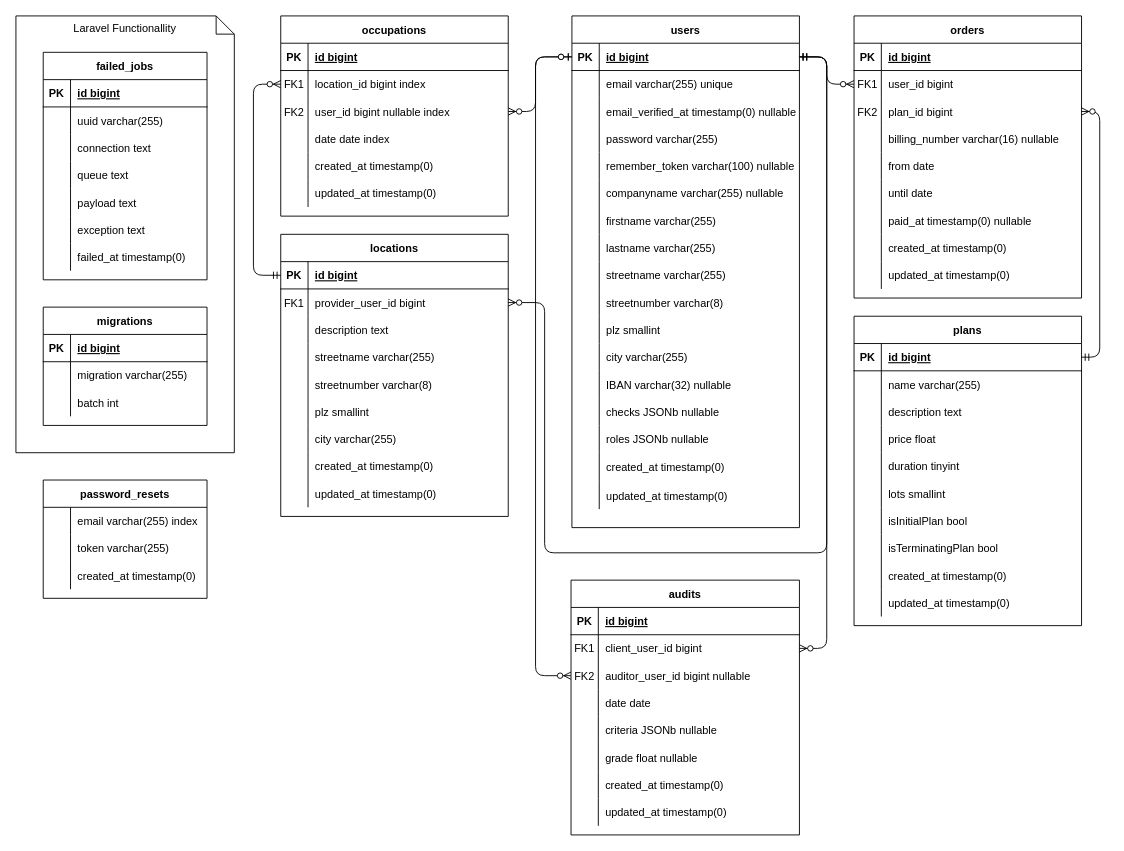
Above: docs/ERM_Patrick.drawio in PatrickRoethlisberger/CS-Datenbanktechnologie (draw.io), before the change. Source tidied: cells renumbered, new cells numbered last; positions are measured from the earlier drawing's top-left corner, leaving out a move shared by most shapes. Both pictures are drawn from the tidied source at 91%, with x=0, y=0 at pixel (15, 15).
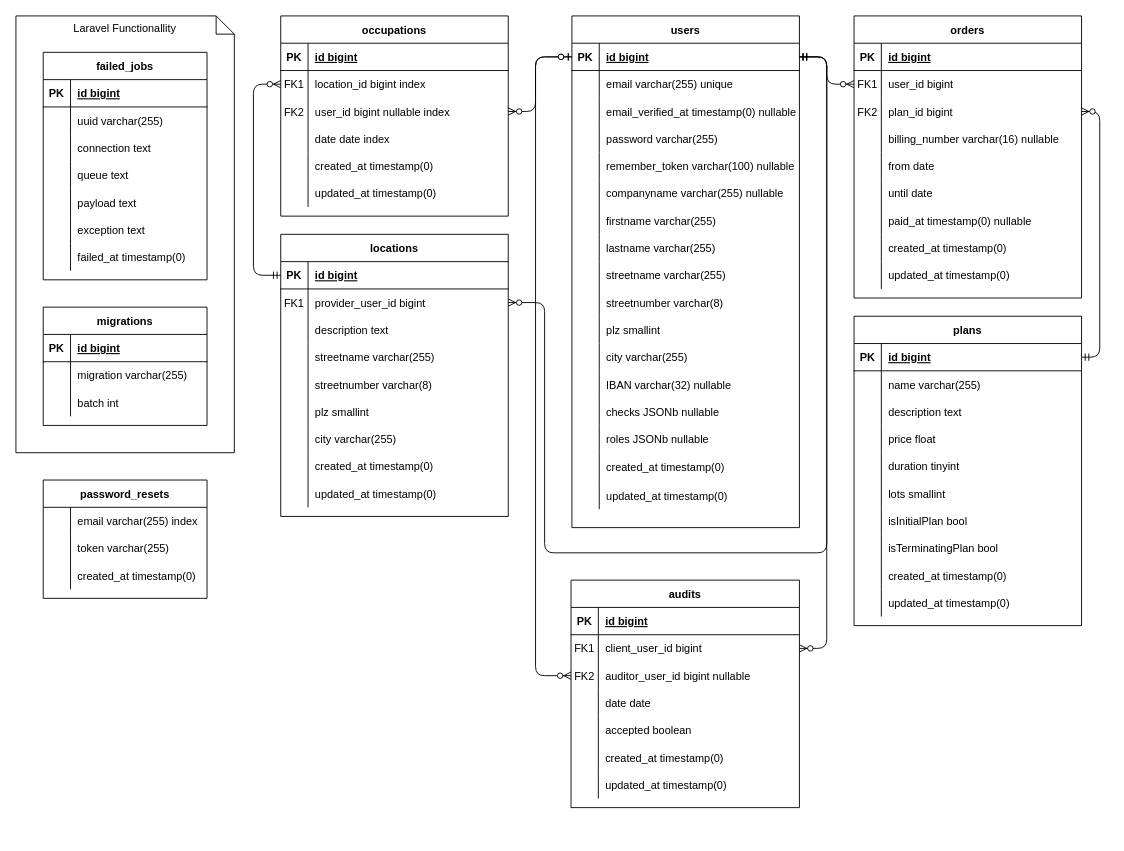
The same page after the edit.

The change refers to these unchanged cells:
```xml
<mxCell id="191" style="shape=partialRectangle;fillColor=none;top=0;left=0;bottom=0;right=0;" parent="178" vertex="1">
  <mxGeometry y="150" width="251" height="30" as="geometry" />
</mxCell>
```

What changed in the source:
```diff
@@
     <mxCell id="178" value="audits" style="shape=table;startSize=30;childLayout=tableLayout;rowLines=0;fontStyle=1;align=center;" parent="1" vertex="1">
-      <mxGeometry x="610" y="620" width="251" height="280" as="geometry" />
+      <mxGeometry x="610" y="620" width="251" height="250" as="geometry" />
     </mxCell>
@@
-    <mxCell id="193" value="criteria JSONb nullable" style="shape=partialRectangle;fillColor=none;top=0;left=0;bottom=0;right=0;align=left;spacingLeft=6;overflow=hidden;" parent="191" vertex="1">
+    <mxCell id="193" value="accepted boolean" style="shape=partialRectangle;fillColor=none;top=0;left=0;bottom=0;right=0;align=left;spacingLeft=6;overflow=hidden;" parent="191" vertex="1">
       <mxGeometry x="30" width="221" height="30" as="geometry" />
     </mxCell>
-    <mxCell id="194" style="shape=partialRectangle;fillColor=none;top=0;left=0;bottom=0;right=0;" parent="178" vertex="1">
-      <mxGeometry y="180" width="251" height="30" as="geometry" />
-    </mxCell>
-    <mxCell id="195" style="shape=partialRectangle;fillColor=none;top=0;left=0;bottom=0;right=0;overflow=hidden;" parent="194" vertex="1">
-      <mxGeometry width="30" height="30" as="geometry" />
-    </mxCell>
-    <mxCell id="196" value="grade float nullable" style="shape=partialRectangle;fillColor=none;top=0;left=0;bottom=0;right=0;align=left;spacingLeft=6;overflow=hidden;" parent="194" vertex="1">
-      <mxGeometry x="30" width="221" height="30" as="geometry" />
-    </mxCell>
     <mxCell id="197" style="shape=partialRectangle;fillColor=none;top=0;left=0;bottom=0;right=0;" parent="178" vertex="1">
-      <mxGeometry y="210" width="251" height="30" as="geometry" />
+      <mxGeometry y="180" width="251" height="30" as="geometry" />
     </mxCell>
@@
     <mxCell id="200" style="shape=partialRectangle;fillColor=none;top=0;left=0;bottom=0;right=0;" parent="178" vertex="1">
-      <mxGeometry y="240" width="251" height="30" as="geometry" />
+      <mxGeometry y="210" width="251" height="30" as="geometry" />
     </mxCell>
```
